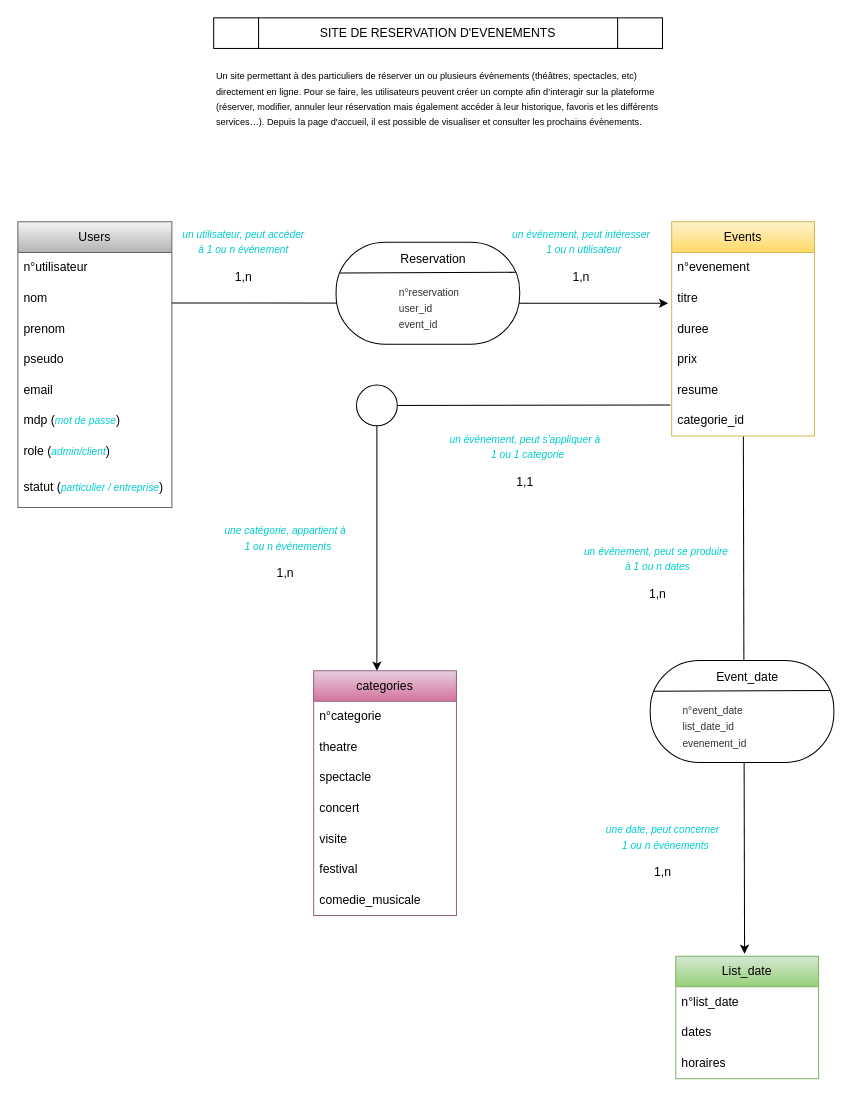
ValluetCP/event keeps this draw.io diagram as views/asset/diagram/event.drawio. Above is the earlier version. Source tidied: cells renumbered, new cells numbered last; positions are measured from the earlier drawing's top-left corner, leaving out a move shared by most shapes. Both pictures are drawn from the tidied source at 102%, with x=0, y=0 at pixel (17, 17).
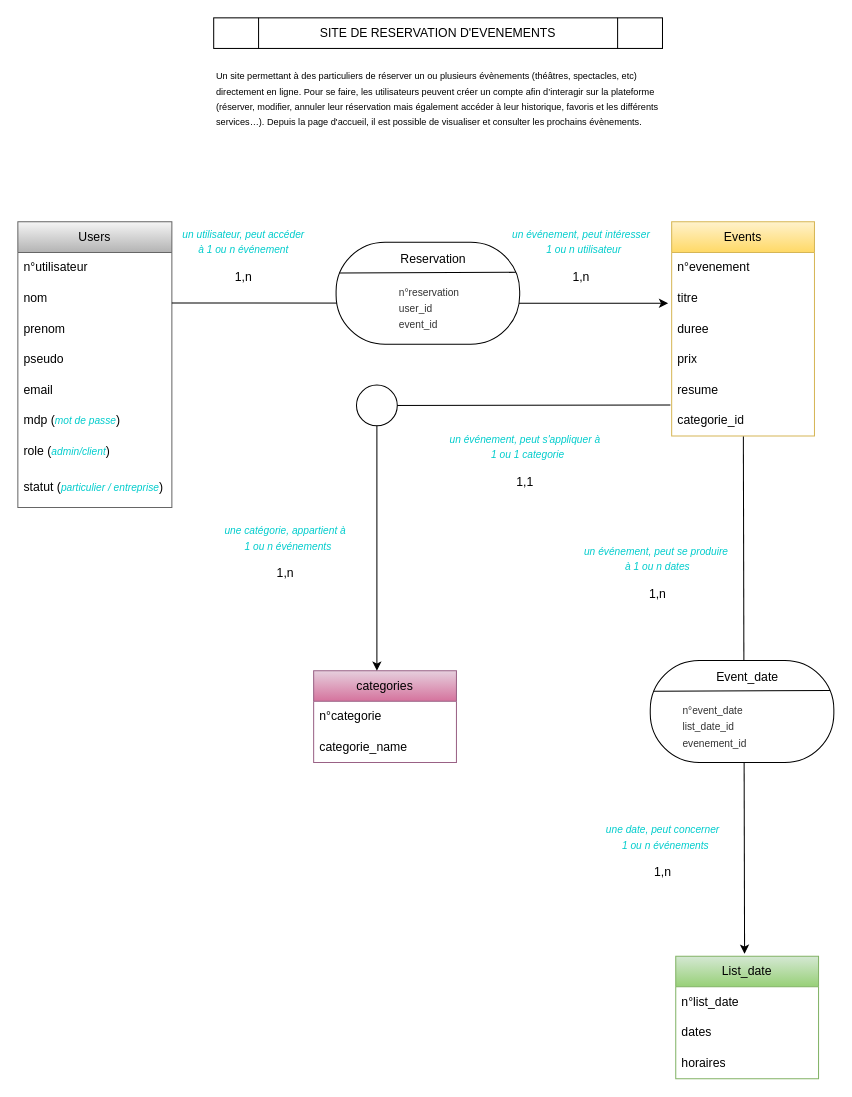
Above is the later version.

What changed in the source:
```diff
@@
     <mxCell id="27" value="categories" style="swimlane;fontStyle=0;horizontal=1;startSize=30;whiteSpace=wrap;html=1;fillColor=#e6d0de;gradientColor=#d5739d;strokeColor=#996185;" parent="1" vertex="1">
-      <mxGeometry x="290" y="640" width="140" height="240" as="geometry" />
+      <mxGeometry x="290" y="640" width="140" height="90" as="geometry" />
     </mxCell>
@@
-    <mxCell id="29" value="theatre" style="text;strokeColor=none;fillColor=none;align=left;verticalAlign=middle;spacingLeft=4;spacingRight=4;overflow=hidden;whiteSpace=wrap;html=1;" parent="27" vertex="1">
+    <mxCell id="29" value="categorie_name" style="text;strokeColor=none;fillColor=none;align=left;verticalAlign=middle;spacingLeft=4;spacingRight=4;overflow=hidden;whiteSpace=wrap;html=1;" parent="27" vertex="1">
       <mxGeometry y="60" width="140" height="30" as="geometry" />
     </mxCell>
-    <mxCell id="30" value="spectacle" style="text;strokeColor=none;fillColor=none;align=left;verticalAlign=middle;spacingLeft=4;spacingRight=4;overflow=hidden;whiteSpace=wrap;html=1;" parent="27" vertex="1">
-      <mxGeometry y="90" width="140" height="30" as="geometry" />
-    </mxCell>
-    <mxCell id="31" value="concert" style="text;strokeColor=none;fillColor=none;align=left;verticalAlign=middle;spacingLeft=4;spacingRight=4;overflow=hidden;whiteSpace=wrap;html=1;" parent="27" vertex="1">
-      <mxGeometry y="120" width="140" height="30" as="geometry" />
-    </mxCell>
-    <mxCell id="32" value="visite" style="text;strokeColor=none;fillColor=none;align=left;verticalAlign=middle;spacingLeft=4;spacingRight=4;overflow=hidden;whiteSpace=wrap;html=1;" parent="27" vertex="1">
-      <mxGeometry y="150" width="140" height="30" as="geometry" />
-    </mxCell>
-    <mxCell id="33" value="festival" style="text;strokeColor=none;fillColor=none;align=left;verticalAlign=middle;spacingLeft=4;spacingRight=4;overflow=hidden;whiteSpace=wrap;html=1;" parent="27" vertex="1">
-      <mxGeometry y="180" width="140" height="30" as="geometry" />
-    </mxCell>
-    <mxCell id="34" value="comedie_musicale" style="text;strokeColor=none;fillColor=none;align=left;verticalAlign=middle;spacingLeft=4;spacingRight=4;overflow=hidden;whiteSpace=wrap;html=1;" parent="27" vertex="1">
-      <mxGeometry y="210" width="140" height="30" as="geometry" />
-    </mxCell>
```
